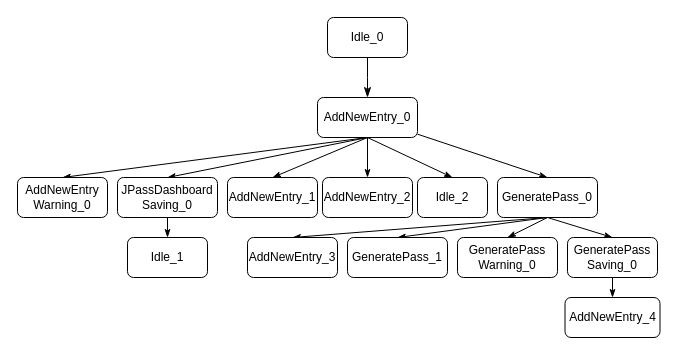
Telmooo/jpass keeps this draw.io diagram as qf-test/addEntryTree.drawio. Above is the earlier version. Source tidied: cells renumbered, new cells numbered last; positions are measured from the earlier drawing's top-left corner, leaving out a move shared by most shapes. Both pictures are drawn from the tidied source at 100%, with x=0, y=0 at pixel (17, 17).
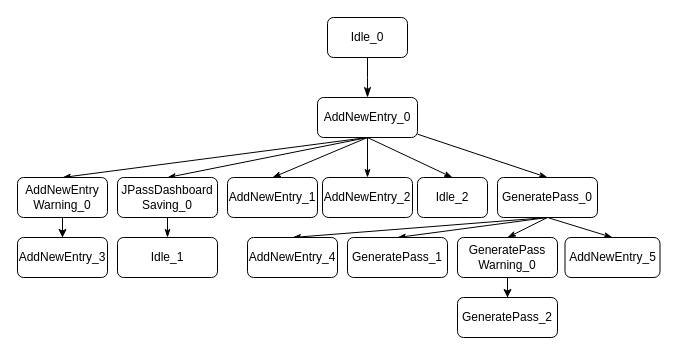
Above is the later version.

Unchanged cells that the change refers to:
```xml
<mxCell id="11" value="AddNewEntry&lt;br&gt;Warning_0" style="whiteSpace=wrap;html=1;rounded=1;" parent="1" vertex="1">
  <mxGeometry y="160" width="90" height="40" as="geometry" />
</mxCell>
<mxCell id="22" value="GeneratePass_0" style="whiteSpace=wrap;html=1;rounded=1;" parent="1" vertex="1">
  <mxGeometry x="480" y="160" width="100" height="40" as="geometry" />
</mxCell>
<mxCell id="25" value="GeneratePass&lt;br&gt;Warning_0" style="whiteSpace=wrap;html=1;rounded=1;" parent="1" vertex="1">
  <mxGeometry x="440" y="220" width="100" height="40" as="geometry" />
</mxCell>
```

Change to the diagram source:
```diff
@@
+    <mxCell id="29" style="edgeStyle=orthogonalEdgeStyle;rounded=0;jettySize=auto;html=1;" parent="1" edge="1" source="11" target="31">
+      <mxGeometry relative="1" as="geometry" />
+    </mxCell>
@@
     <mxCell id="16" value="Idle_1" style="whiteSpace=wrap;html=1;rounded=1;" parent="1" vertex="1">
-      <mxGeometry x="110" y="220" width="80" height="40" as="geometry" />
+      <mxGeometry x="100" y="220" width="100" height="40" as="geometry" />
     </mxCell>
@@
-    <mxCell id="21" style="edgeStyle=none;rounded=0;jettySize=auto;html=1;endArrow=classicThin;endFill=1;exitX=0.5;exitY=1;exitDx=0;exitDy=0;entryX=0.5;entryY=0;entryDx=0;entryDy=0;" parent="1" edge="1" source="22" target="27">
+    <mxCell id="21" style="edgeStyle=none;rounded=0;jettySize=auto;html=1;endArrow=classicThin;endFill=1;exitX=0.5;exitY=1;exitDx=0;exitDy=0;entryX=0.5;entryY=0;entryDx=0;entryDy=0;" parent="1" edge="1" source="22" target="28">
       <mxGeometry relative="1" as="geometry" />
     </mxCell>
@@
-    <mxCell id="23" value="AddNewEntry_3" style="whiteSpace=wrap;html=1;rounded=1;" parent="1" vertex="1">
+    <mxCell id="23" value="AddNewEntry_4" style="whiteSpace=wrap;html=1;rounded=1;" parent="1" vertex="1">
       <mxGeometry x="230" y="220" width="90" height="40" as="geometry" />
     </mxCell>
@@
+    <mxCell id="30" style="edgeStyle=orthogonalEdgeStyle;rounded=0;jettySize=auto;html=1;" parent="1" edge="1" source="25" target="32">
+      <mxGeometry relative="1" as="geometry" />
+    </mxCell>
@@
-    <mxCell id="26" style="edgeStyle=none;rounded=0;jettySize=auto;html=1;endArrow=classicThin;endFill=1;" parent="1" edge="1" source="27" target="28">
-      <mxGeometry relative="1" as="geometry" />
-    </mxCell>
-    <mxCell id="27" value="GeneratePass&lt;br&gt;Saving_0" style="whiteSpace=wrap;html=1;rounded=1;" parent="1" vertex="1">
-      <mxGeometry x="550" y="220" width="90" height="40" as="geometry" />
-    </mxCell>
-    <mxCell id="28" value="AddNewEntry_4" style="whiteSpace=wrap;html=1;rounded=1;" parent="1" vertex="1">
-      <mxGeometry x="547.5" y="280" width="95" height="40" as="geometry" />
+    <mxCell id="28" value="AddNewEntry_5" style="whiteSpace=wrap;html=1;rounded=1;" parent="1" vertex="1">
+      <mxGeometry x="547.5" y="220" width="95" height="40" as="geometry" />
     </mxCell>
+    <mxCell id="31" value="AddNewEntry_3" style="whiteSpace=wrap;html=1;rounded=1;" parent="1" vertex="1">
+      <mxGeometry y="220" width="90" height="40" as="geometry" />
+    </mxCell>
+    <mxCell id="32" value="GeneratePass_2" style="whiteSpace=wrap;html=1;rounded=1;" parent="1" vertex="1">
+      <mxGeometry x="440" y="280" width="100" height="40" as="geometry" />
+    </mxCell>
```
